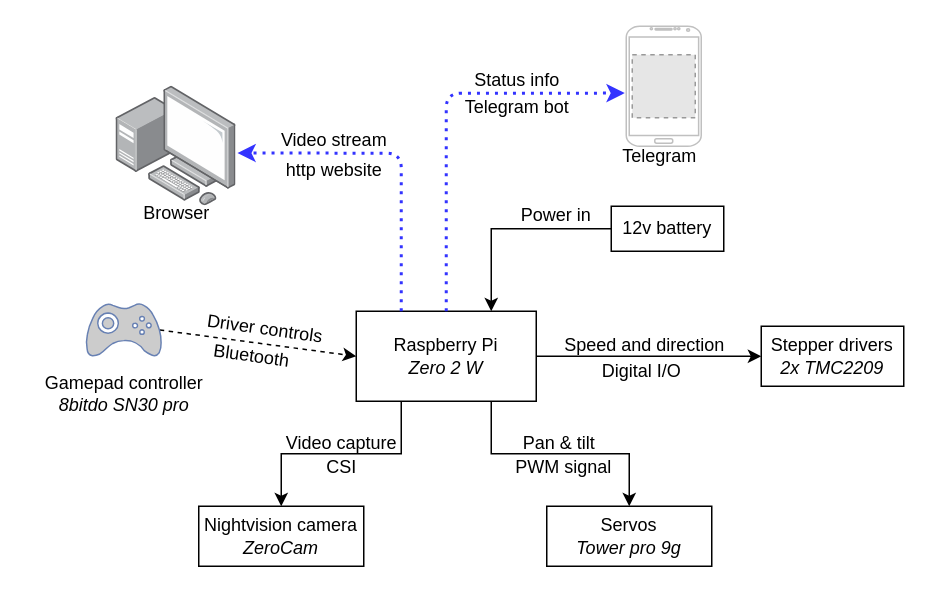
This is Photos/working_principle_schematic.drawio from valtttu/RPi-SpyTank, a draw.io file, before an edit. Source tidied: cells renumbered, new cells numbered last; positions are measured from the earlier drawing's top-left corner, leaving out a move shared by most shapes. Both pictures are drawn from the tidied source at 150%, with x=0, y=0 at pixel (26, 26). Pictures stored in the file or linked from it are replaced by grey dashed boxes.
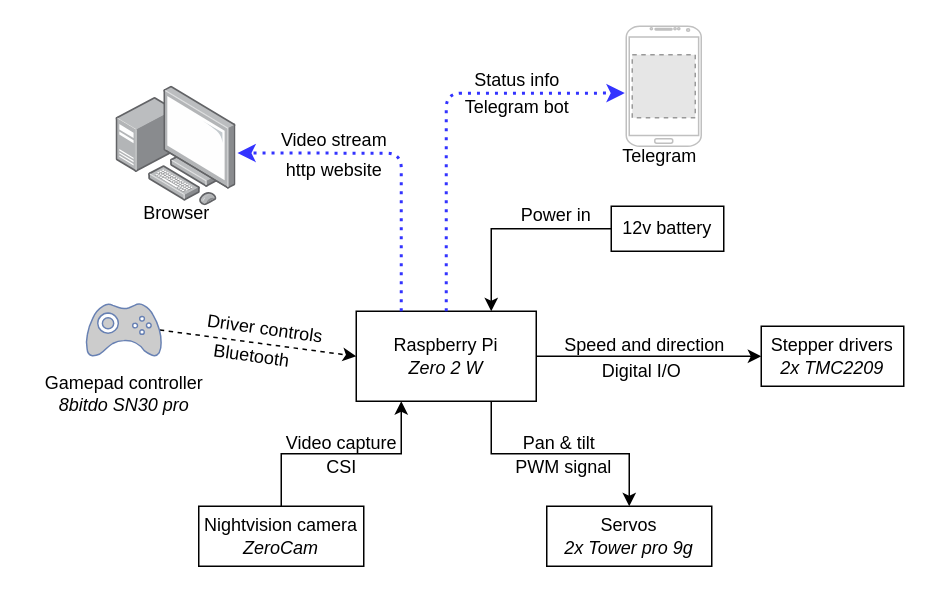
The same diagram, later.

Commit message (it also covers changes not shown here):
Make slight improvement to the schematics

Unchanged cells that the change refers to:
```xml
<mxCell id="5" value="Raspberry Pi &lt;br&gt;&lt;i&gt;Zero 2 W&lt;/i&gt;" style="rounded=0;whiteSpace=wrap;html=1;" parent="1" vertex="1">
  <mxGeometry x="220" y="190" width="120" height="60" as="geometry" />
</mxCell>
<mxCell id="7" value="Nightvision camera&lt;br&gt;&lt;i&gt;ZeroCam&lt;/i&gt;" style="rounded=0;whiteSpace=wrap;html=1;" parent="1" vertex="1">
  <mxGeometry x="115" y="320" width="110" height="40" as="geometry" />
</mxCell>
```

What changed in the source:
```diff
@@
-    <mxCell id="3" style="rounded=0;jettySize=auto;html=1;exitX=0.25;exitY=1;exitDx=0;exitDy=0;entryX=0.5;entryY=0;entryDx=0;entryDy=0;edgeStyle=orthogonalEdgeStyle;" parent="1" edge="1" source="5" target="7">
+    <mxCell id="3" style="rounded=0;jettySize=auto;html=1;exitX=0.25;exitY=1;exitDx=0;exitDy=0;entryX=0.5;entryY=0;entryDx=0;entryDy=0;edgeStyle=orthogonalEdgeStyle;startArrow=classic;startFill=1;endArrow=none;endFill=0;" parent="1" edge="1" source="5" target="7">
       <mxGeometry relative="1" as="geometry" />
     </mxCell>
@@
-    <mxCell id="16" value="Servos&lt;br&gt;&lt;i&gt;Tower pro 9g&lt;/i&gt;" style="whiteSpace=wrap;html=1;" parent="1" vertex="1">
+    <mxCell id="16" value="Servos&lt;br&gt;&lt;i&gt;2x Tower pro 9g&lt;/i&gt;" style="whiteSpace=wrap;html=1;" parent="1" vertex="1">
       <mxGeometry x="347" y="320" width="110" height="40" as="geometry" />
     </mxCell>
```
